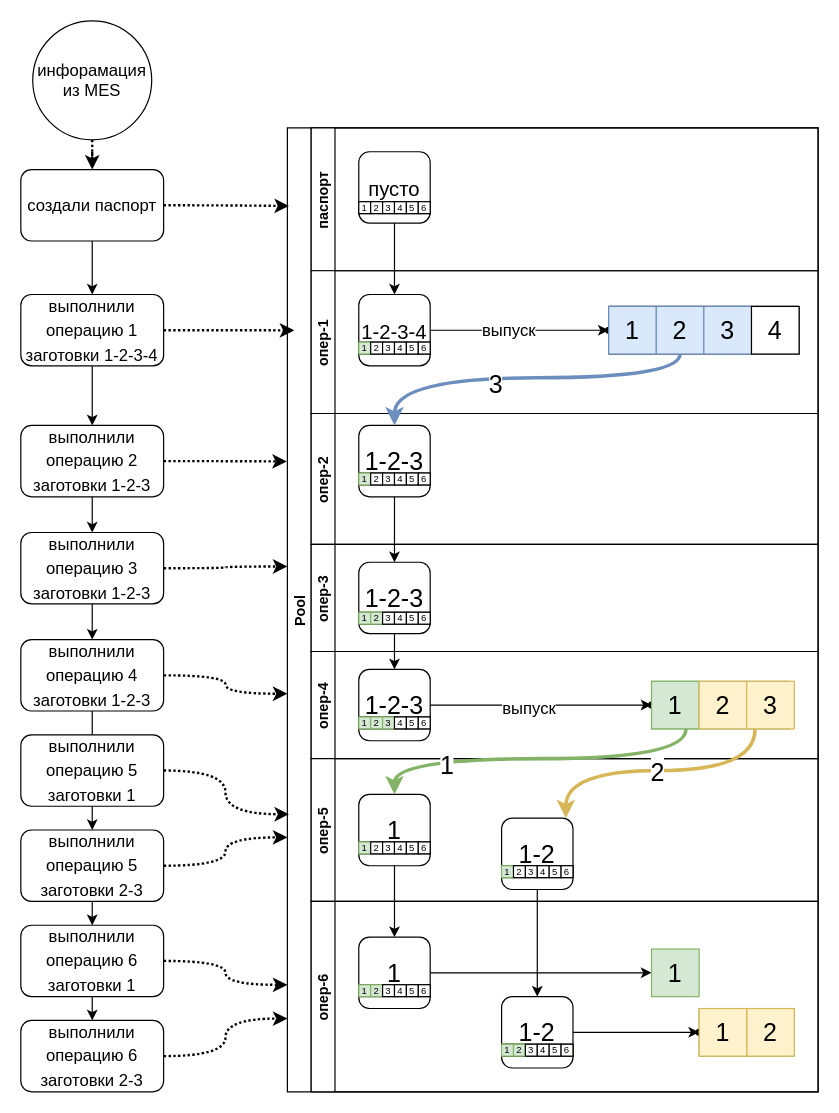
Earlier version of the draw.io diagram VSMPO/models/Пример дополнительных этапов 3.drawio (sashok74/Rarus). Source tidied: cells renumbered, new cells numbered last; positions are measured from the earlier drawing's top-left corner, leaving out a move shared by most shapes. Both pictures are drawn from the tidied source at 119%, with x=0, y=0 at pixel (20, 20).
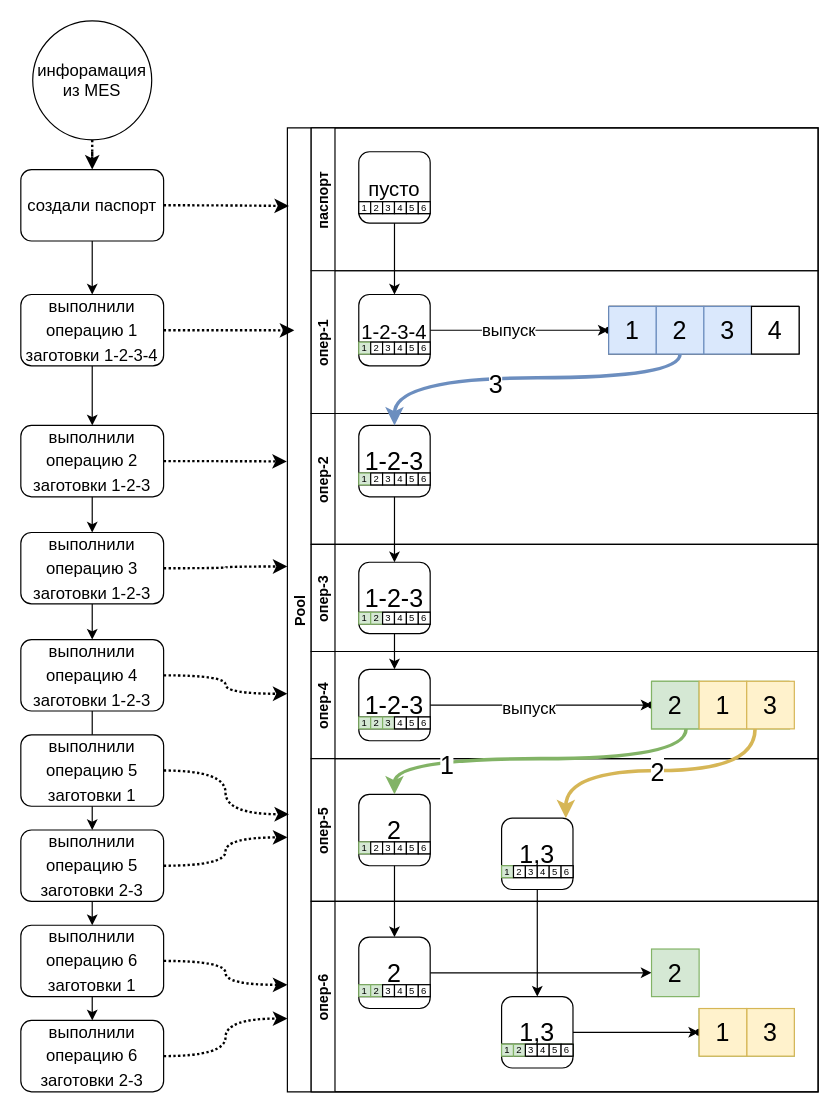
After the change.

Unchanged cells that the change refers to:
```xml
<mxCell id="58" style="swimlane;startSize=0;fontSize=21;fillColor=#d5e8d4;strokeColor=#82b366;" parent="55" vertex="1">
  <mxGeometry x="286" y="25" width="116" height="40" as="geometry" />
</mxCell>
<mxCell id="75" style="group;" parent="74" vertex="1">
  <mxGeometry x="160" y="50" width="60" height="60" as="geometry" />
</mxCell>
<mxCell id="85" style="group;" parent="74" vertex="1">
  <mxGeometry x="40" y="30" width="60" height="60" as="geometry" />
</mxCell>
<mxCell id="95" value="опер-6" style="swimlane;startSize=20;horizontal=0;" parent="2" vertex="1">
  <mxGeometry x="20" y="650" width="426" height="160" as="geometry" />
</mxCell>
<mxCell id="98" style="swimlane;startSize=5;fontSize=21;fillColor=#d5e8d4;strokeColor=#82b366;" parent="95" vertex="1">
  <mxGeometry x="326" y="90" width="80" height="40" as="geometry" />
</mxCell>
<mxCell id="103" style="group;" parent="95" vertex="1">
  <mxGeometry x="160" y="80" width="60" height="60" as="geometry" />
</mxCell>
<mxCell id="113" style="group;" parent="95" vertex="1">
  <mxGeometry x="40" y="30" width="60" height="60" as="geometry" />
</mxCell>
```

Change to the diagram source:
```diff
@@
-    <mxCell id="60" value="1" style="rounded=0;whiteSpace=wrap;html=1;fontSize=21;fillColor=#d5e8d4;strokeColor=#82b366;" parent="58" vertex="1">
+    <mxCell id="60" value="2" style="rounded=0;whiteSpace=wrap;html=1;fontSize=21;fillColor=#d5e8d4;strokeColor=#82b366;" parent="58" vertex="1">
       <mxGeometry width="40" height="40" as="geometry" />
     </mxCell>
-    <mxCell id="61" value="2" style="rounded=0;whiteSpace=wrap;html=1;fontSize=21;fillColor=#fff2cc;strokeColor=#d6b656;" parent="58" vertex="1">
+    <mxCell id="61" value="1" style="rounded=0;whiteSpace=wrap;html=1;fontSize=21;fillColor=#fff2cc;strokeColor=#d6b656;" parent="58" vertex="1">
       <mxGeometry x="40" width="40" height="40" as="geometry" />
     </mxCell>
@@
-    <mxCell id="76" value="1-2" style="rounded=1;whiteSpace=wrap;html=1;fontSize=21;" parent="75" vertex="1">
+    <mxCell id="76" value="1,3" style="rounded=1;whiteSpace=wrap;html=1;fontSize=21;" parent="75" vertex="1">
       <mxGeometry width="60" height="60" as="geometry" />
     </mxCell>
@@
-    <mxCell id="86" value="1" style="rounded=1;whiteSpace=wrap;html=1;fontSize=21;" parent="85" vertex="1">
+    <mxCell id="86" value="2" style="rounded=1;whiteSpace=wrap;html=1;fontSize=21;" parent="85" vertex="1">
       <mxGeometry width="60" height="60" as="geometry" />
     </mxCell>
@@
-    <mxCell id="100" value="2" style="rounded=0;whiteSpace=wrap;html=1;fontSize=21;fillColor=#fff2cc;strokeColor=#d6b656;" parent="98" vertex="1">
+    <mxCell id="100" value="3" style="rounded=0;whiteSpace=wrap;html=1;fontSize=21;fillColor=#fff2cc;strokeColor=#d6b656;" parent="98" vertex="1">
       <mxGeometry x="40" width="40" height="40" as="geometry" />
     </mxCell>
@@
-    <mxCell id="102" value="1" style="rounded=0;whiteSpace=wrap;html=1;fontSize=21;fillColor=#d5e8d4;strokeColor=#82b366;" parent="95" vertex="1">
+    <mxCell id="102" value="2" style="rounded=0;whiteSpace=wrap;html=1;fontSize=21;fillColor=#d5e8d4;strokeColor=#82b366;" parent="95" vertex="1">
       <mxGeometry x="286" y="40" width="40" height="40" as="geometry" />
     </mxCell>
@@
-    <mxCell id="104" value="1-2" style="rounded=1;whiteSpace=wrap;html=1;fontSize=21;" parent="103" vertex="1">
+    <mxCell id="104" value="1,3" style="rounded=1;whiteSpace=wrap;html=1;fontSize=21;" parent="103" vertex="1">
       <mxGeometry width="60" height="60" as="geometry" />
     </mxCell>
@@
-    <mxCell id="114" value="1" style="rounded=1;whiteSpace=wrap;html=1;fontSize=21;" parent="113" vertex="1">
+    <mxCell id="114" value="2" style="rounded=1;whiteSpace=wrap;html=1;fontSize=21;" parent="113" vertex="1">
       <mxGeometry width="60" height="60" as="geometry" />
     </mxCell>
```
